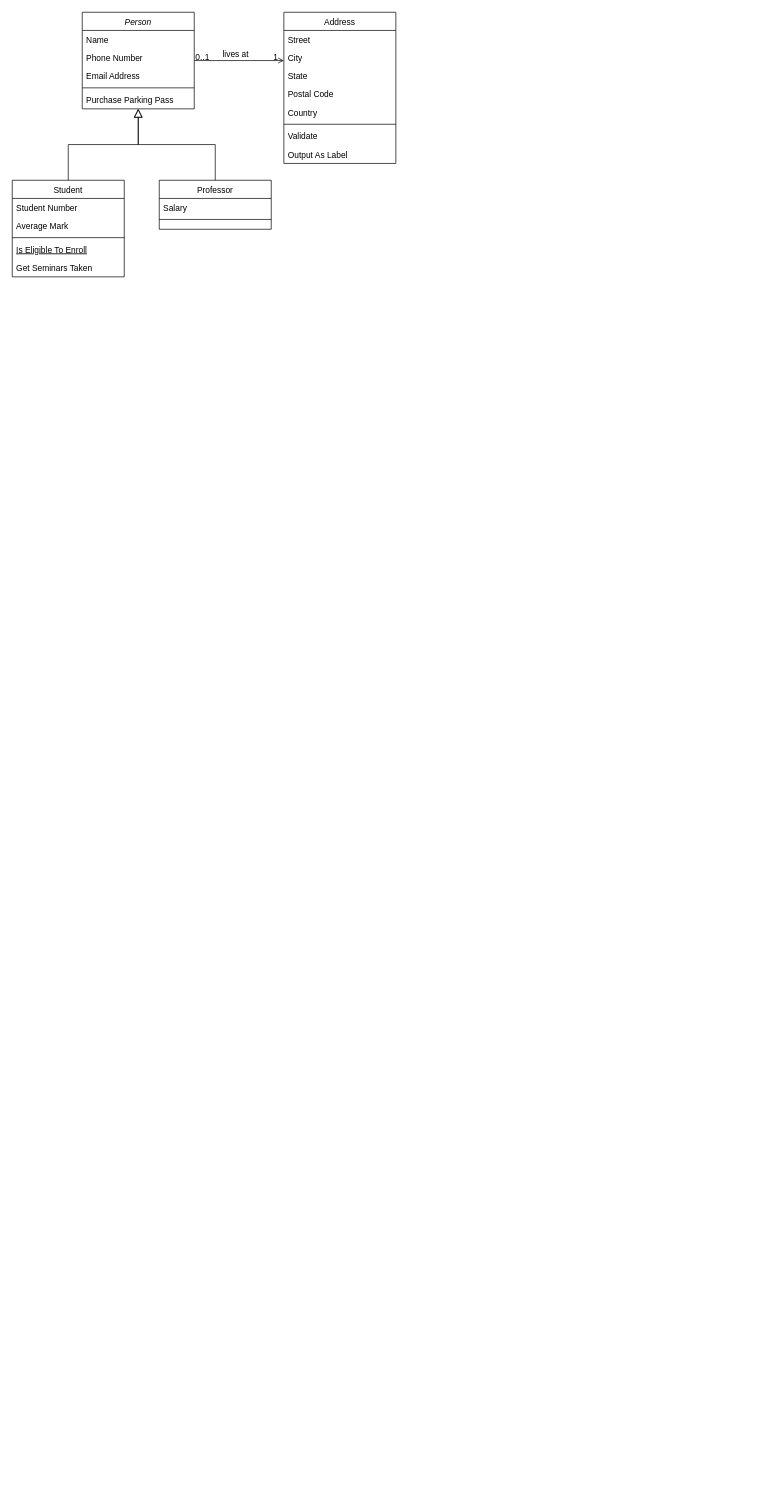
This is root/未命名绘图.drawio from cxq-haha/draw, a draw.io file, before an edit. Source tidied: cells renumbered, new cells numbered last; positions are measured from the earlier drawing's top-left corner, leaving out a move shared by most shapes. Both pictures are drawn from the tidied source at 70%, with x=0, y=0 at pixel (12, 12).
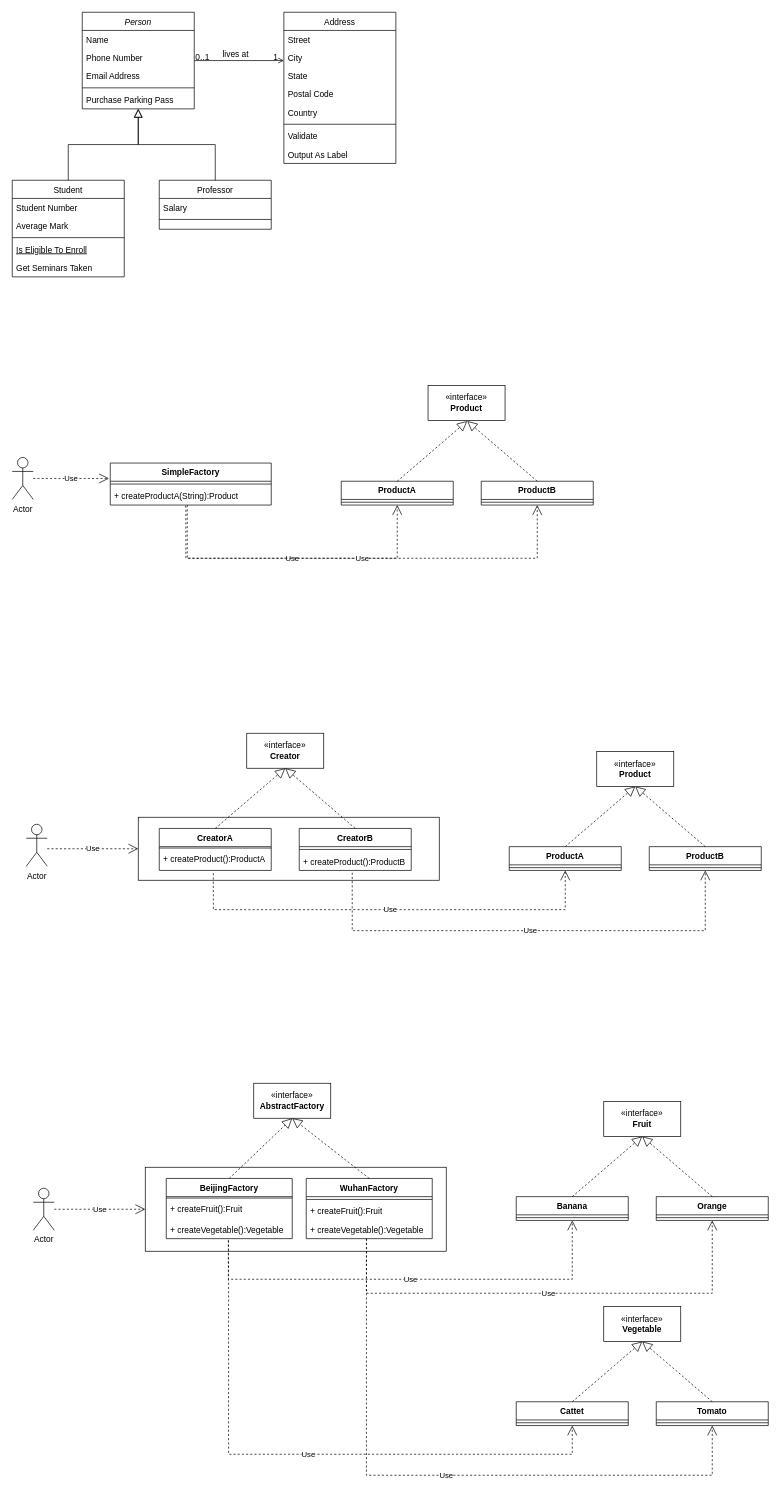
Above is the later version.

Commit message:
更新未命名绘图.drawio

The edit, as a diff of the source:
```diff
@@
+    <mxCell id="32" style="rounded=0;whiteSpace=wrap;html=1;" parent="1" vertex="1">
+      <mxGeometry x="180" y="1150" width="430" height="90" as="geometry" />
+    </mxCell>
@@
+    <mxCell id="33" value="SimpleFactory" style="swimlane;fontStyle=1;align=center;verticalAlign=top;horizontal=1;startSize=26;whiteSpace=wrap;html=1;" parent="1" vertex="1">
+      <mxGeometry x="140" y="644" width="230" height="60" as="geometry" />
+    </mxCell>
+    <mxCell id="34" style="line;strokeWidth=1;fillColor=none;align=left;verticalAlign=middle;spacingTop=-1;spacingLeft=3;spacingRight=3;labelPosition=right;strokeColor=inherit;" parent="33" vertex="1">
+      <mxGeometry y="26" width="230" height="8" as="geometry" />
+    </mxCell>
+    <mxCell id="35" value="+&amp;nbsp;createProductA(String):Product" style="text;strokeColor=none;fillColor=none;align=left;verticalAlign=top;spacingLeft=4;spacingRight=4;overflow=hidden;points=[[0,0.5],[1,0.5]];portConstraint=eastwest;whiteSpace=wrap;html=1;" parent="33" vertex="1">
+      <mxGeometry y="34" width="230" height="26" as="geometry" />
+    </mxCell>
+    <mxCell id="36" value="ProductA" style="swimlane;fontStyle=1;align=center;verticalAlign=top;horizontal=1;startSize=26;whiteSpace=wrap;html=1;" parent="1" vertex="1">
+      <mxGeometry x="470" y="670" width="160" height="34" as="geometry" />
+    </mxCell>
+    <mxCell id="37" style="line;strokeWidth=1;fillColor=none;align=left;verticalAlign=middle;spacingTop=-1;spacingLeft=3;spacingRight=3;labelPosition=right;strokeColor=inherit;" parent="36" vertex="1">
+      <mxGeometry y="26" width="160" height="8" as="geometry" />
+    </mxCell>
+    <mxCell id="38" value="ProductB" style="swimlane;fontStyle=1;align=center;verticalAlign=top;horizontal=1;startSize=26;whiteSpace=wrap;html=1;" parent="1" vertex="1">
+      <mxGeometry x="670" y="670" width="160" height="34" as="geometry" />
+    </mxCell>
+    <mxCell id="39" style="line;strokeWidth=1;fillColor=none;align=left;verticalAlign=middle;spacingTop=-1;spacingLeft=3;spacingRight=3;labelPosition=right;strokeColor=inherit;" parent="38" vertex="1">
+      <mxGeometry y="26" width="160" height="8" as="geometry" />
+    </mxCell>
+    <mxCell id="40" style="endArrow=block;dashed=1;endFill=0;endSize=12;html=1;rounded=0;exitX=0.5;exitY=0;exitDx=0;exitDy=0;entryX=0.5;entryY=1;entryDx=0;entryDy=0;" parent="1" edge="1" source="36">
+      <mxGeometry relative="1" as="geometry">
+        <mxPoint x="650" y="584" as="targetPoint" />
+      </mxGeometry>
+    </mxCell>
+    <mxCell id="41" style="endArrow=block;dashed=1;endFill=0;endSize=12;html=1;rounded=0;exitX=0.5;exitY=0;exitDx=0;exitDy=0;entryX=0.5;entryY=1;entryDx=0;entryDy=0;" parent="1" edge="1" source="38">
+      <mxGeometry relative="1" as="geometry">
+        <mxPoint x="650" y="584" as="targetPoint" />
+      </mxGeometry>
+    </mxCell>
+    <mxCell id="42" value="Use" style="endArrow=open;endSize=12;dashed=1;html=1;rounded=0;entryX=0.5;entryY=1;entryDx=0;entryDy=0;exitX=0.464;exitY=1.077;exitDx=0;exitDy=0;exitPerimeter=0;edgeStyle=orthogonalEdgeStyle;" parent="1" edge="1" source="35" target="36">
+      <mxGeometry relative="1" as="geometry">
+        <Array as="points">
+          <mxPoint x="248" y="706" />
+          <mxPoint x="248" y="780" />
+          <mxPoint x="550" y="780" />
+        </Array>
+      </mxGeometry>
+    </mxCell>
+    <mxCell id="43" value="Use" style="endArrow=open;endSize=12;dashed=1;html=1;rounded=0;entryX=0.5;entryY=1;entryDx=0;entryDy=0;edgeStyle=orthogonalEdgeStyle;" parent="1" edge="1" source="35" target="38">
+      <mxGeometry relative="1" as="geometry">
+        <Array as="points">
+          <mxPoint x="250" y="780" />
+          <mxPoint x="750" y="780" />
+        </Array>
+      </mxGeometry>
+    </mxCell>
+    <mxCell id="44" value="Actor" style="shape=umlActor;verticalLabelPosition=bottom;verticalAlign=top;html=1;" parent="1" vertex="1">
+      <mxGeometry y="636" width="30" height="60" as="geometry" />
+    </mxCell>
+    <mxCell id="45" value="Use" style="endArrow=open;endSize=12;dashed=1;html=1;rounded=0;entryX=-0.008;entryY=0.367;entryDx=0;entryDy=0;entryPerimeter=0;" parent="1" edge="1" source="44" target="33">
+      <mxGeometry relative="1" as="geometry" />
+    </mxCell>
+    <mxCell id="46" value="ProductA" style="swimlane;fontStyle=1;align=center;verticalAlign=top;horizontal=1;startSize=26;whiteSpace=wrap;html=1;" parent="1" vertex="1">
+      <mxGeometry x="710" y="1192" width="160" height="34" as="geometry" />
+    </mxCell>
+    <mxCell id="47" style="line;strokeWidth=1;fillColor=none;align=left;verticalAlign=middle;spacingTop=-1;spacingLeft=3;spacingRight=3;labelPosition=right;strokeColor=inherit;" parent="46" vertex="1">
+      <mxGeometry y="26" width="160" height="8" as="geometry" />
+    </mxCell>
+    <mxCell id="48" value="ProductB" style="swimlane;fontStyle=1;align=center;verticalAlign=top;horizontal=1;startSize=26;whiteSpace=wrap;html=1;" parent="1" vertex="1">
+      <mxGeometry x="910" y="1192" width="160" height="34" as="geometry" />
+    </mxCell>
+    <mxCell id="49" style="line;strokeWidth=1;fillColor=none;align=left;verticalAlign=middle;spacingTop=-1;spacingLeft=3;spacingRight=3;labelPosition=right;strokeColor=inherit;" parent="48" vertex="1">
+      <mxGeometry y="26" width="160" height="8" as="geometry" />
+    </mxCell>
+    <mxCell id="50" style="endArrow=block;dashed=1;endFill=0;endSize=12;html=1;rounded=0;exitX=0.5;exitY=0;exitDx=0;exitDy=0;entryX=0.5;entryY=1;entryDx=0;entryDy=0;" parent="1" edge="1" source="46">
+      <mxGeometry relative="1" as="geometry">
+        <mxPoint x="890" y="1106" as="targetPoint" />
+      </mxGeometry>
+    </mxCell>
+    <mxCell id="51" style="endArrow=block;dashed=1;endFill=0;endSize=12;html=1;rounded=0;exitX=0.5;exitY=0;exitDx=0;exitDy=0;entryX=0.5;entryY=1;entryDx=0;entryDy=0;" parent="1" edge="1" source="48">
+      <mxGeometry relative="1" as="geometry">
+        <mxPoint x="890" y="1106" as="targetPoint" />
+      </mxGeometry>
+    </mxCell>
+    <mxCell id="52" value="«interface»&lt;br&gt;&lt;b&gt;Product&lt;/b&gt;" style="html=1;whiteSpace=wrap;" parent="1" vertex="1">
+      <mxGeometry x="835" y="1056" width="110" height="50" as="geometry" />
+    </mxCell>
+    <mxCell id="53" value="«interface»&lt;br&gt;&lt;b&gt;Product&lt;/b&gt;" style="html=1;whiteSpace=wrap;" parent="1" vertex="1">
+      <mxGeometry x="594" y="533" width="110" height="50" as="geometry" />
+    </mxCell>
+    <mxCell id="54" value="«interface»&lt;br&gt;&lt;b&gt;Creator&lt;/b&gt;" style="html=1;whiteSpace=wrap;" parent="1" vertex="1">
+      <mxGeometry x="335" y="1030" width="110" height="50" as="geometry" />
+    </mxCell>
+    <mxCell id="55" value="CreatorA" style="swimlane;fontStyle=1;align=center;verticalAlign=top;horizontal=1;startSize=26;whiteSpace=wrap;html=1;" parent="1" vertex="1">
+      <mxGeometry x="210" y="1166" width="160" height="60" as="geometry" />
+    </mxCell>
+    <mxCell id="56" style="line;strokeWidth=1;fillColor=none;align=left;verticalAlign=middle;spacingTop=-1;spacingLeft=3;spacingRight=3;labelPosition=right;strokeColor=inherit;" parent="55" vertex="1">
+      <mxGeometry y="26" width="160" height="4" as="geometry" />
+    </mxCell>
+    <mxCell id="57" value="+&amp;nbsp;createProduct():ProductA" style="text;strokeColor=none;fillColor=none;align=left;verticalAlign=top;spacingLeft=4;spacingRight=4;overflow=hidden;points=[[0,0.5],[1,0.5]];portConstraint=eastwest;whiteSpace=wrap;html=1;" parent="55" vertex="1">
+      <mxGeometry y="30" width="160" height="30" as="geometry" />
+    </mxCell>
+    <mxCell id="58" value="CreatorB" style="swimlane;fontStyle=1;align=center;verticalAlign=top;horizontal=1;startSize=26;whiteSpace=wrap;html=1;" parent="1" vertex="1">
+      <mxGeometry x="410" y="1166" width="160" height="60" as="geometry" />
+    </mxCell>
+    <mxCell id="59" style="line;strokeWidth=1;fillColor=none;align=left;verticalAlign=middle;spacingTop=-1;spacingLeft=3;spacingRight=3;labelPosition=right;strokeColor=inherit;" parent="58" vertex="1">
+      <mxGeometry y="26" width="160" height="8" as="geometry" />
+    </mxCell>
+    <mxCell id="60" value="+&amp;nbsp;createProduct():ProductB" style="text;strokeColor=none;fillColor=none;align=left;verticalAlign=top;spacingLeft=4;spacingRight=4;overflow=hidden;points=[[0,0.5],[1,0.5]];portConstraint=eastwest;whiteSpace=wrap;html=1;" parent="58" vertex="1">
+      <mxGeometry y="34" width="160" height="26" as="geometry" />
+    </mxCell>
+    <mxCell id="61" style="endArrow=block;dashed=1;endFill=0;endSize=12;html=1;rounded=0;exitX=0.5;exitY=0;exitDx=0;exitDy=0;entryX=0.5;entryY=1;entryDx=0;entryDy=0;" parent="1" edge="1" source="55">
+      <mxGeometry relative="1" as="geometry">
+        <mxPoint x="390" y="1080" as="targetPoint" />
+      </mxGeometry>
+    </mxCell>
+    <mxCell id="62" style="endArrow=block;dashed=1;endFill=0;endSize=12;html=1;rounded=0;exitX=0.5;exitY=0;exitDx=0;exitDy=0;entryX=0.5;entryY=1;entryDx=0;entryDy=0;" parent="1" edge="1" source="58">
+      <mxGeometry relative="1" as="geometry">
+        <mxPoint x="390" y="1080" as="targetPoint" />
+      </mxGeometry>
+    </mxCell>
+    <mxCell id="63" value="Use" style="endArrow=open;endSize=12;dashed=1;html=1;rounded=0;edgeStyle=orthogonalEdgeStyle;exitX=0.483;exitY=1.133;exitDx=0;exitDy=0;exitPerimeter=0;entryX=0.5;entryY=1;entryDx=0;entryDy=0;" parent="1" edge="1" source="57" target="46">
+      <mxGeometry relative="1" as="geometry">
+        <Array as="points">
+          <mxPoint x="287" y="1282" />
+          <mxPoint x="790" y="1282" />
+        </Array>
+      </mxGeometry>
+    </mxCell>
+    <mxCell id="64" value="Use" style="endArrow=open;endSize=12;dashed=1;html=1;rounded=0;edgeStyle=orthogonalEdgeStyle;exitX=0.473;exitY=1.123;exitDx=0;exitDy=0;exitPerimeter=0;entryX=0.5;entryY=1;entryDx=0;entryDy=0;" parent="1" edge="1" source="60" target="48">
+      <mxGeometry relative="1" as="geometry">
+        <Array as="points">
+          <mxPoint x="486" y="1312" />
+          <mxPoint x="990" y="1312" />
+        </Array>
+      </mxGeometry>
+    </mxCell>
+    <mxCell id="65" value="Actor" style="shape=umlActor;verticalLabelPosition=bottom;verticalAlign=top;html=1;" parent="1" vertex="1">
+      <mxGeometry x="20" y="1160" width="30" height="60" as="geometry" />
+    </mxCell>
+    <mxCell id="66" value="Use" style="endArrow=open;endSize=12;dashed=1;html=1;rounded=0;entryX=0;entryY=0.5;entryDx=0;entryDy=0;" parent="1" edge="1" target="32">
+      <mxGeometry relative="1" as="geometry">
+        <mxPoint x="50" y="1195" as="sourcePoint" />
+      </mxGeometry>
+    </mxCell>
+    <mxCell id="67" style="rounded=0;whiteSpace=wrap;html=1;" parent="1" vertex="1">
+      <mxGeometry x="190" y="1650" width="430" height="120" as="geometry" />
+    </mxCell>
+    <mxCell id="68" value="Banana" style="swimlane;fontStyle=1;align=center;verticalAlign=top;horizontal=1;startSize=26;whiteSpace=wrap;html=1;" parent="1" vertex="1">
+      <mxGeometry x="720" y="1692" width="160" height="34" as="geometry" />
+    </mxCell>
+    <mxCell id="69" style="line;strokeWidth=1;fillColor=none;align=left;verticalAlign=middle;spacingTop=-1;spacingLeft=3;spacingRight=3;labelPosition=right;strokeColor=inherit;" parent="68" vertex="1">
+      <mxGeometry y="26" width="160" height="8" as="geometry" />
+    </mxCell>
+    <mxCell id="70" value="Orange" style="swimlane;fontStyle=1;align=center;verticalAlign=top;horizontal=1;startSize=26;whiteSpace=wrap;html=1;" parent="1" vertex="1">
+      <mxGeometry x="920" y="1692" width="160" height="34" as="geometry" />
+    </mxCell>
+    <mxCell id="71" style="line;strokeWidth=1;fillColor=none;align=left;verticalAlign=middle;spacingTop=-1;spacingLeft=3;spacingRight=3;labelPosition=right;strokeColor=inherit;" parent="70" vertex="1">
+      <mxGeometry y="26" width="160" height="8" as="geometry" />
+    </mxCell>
+    <mxCell id="72" style="endArrow=block;dashed=1;endFill=0;endSize=12;html=1;rounded=0;exitX=0.5;exitY=0;exitDx=0;exitDy=0;entryX=0.5;entryY=1;entryDx=0;entryDy=0;" parent="1" edge="1" source="68">
+      <mxGeometry relative="1" as="geometry">
+        <mxPoint x="900" y="1606" as="targetPoint" />
+      </mxGeometry>
+    </mxCell>
+    <mxCell id="73" style="endArrow=block;dashed=1;endFill=0;endSize=12;html=1;rounded=0;exitX=0.5;exitY=0;exitDx=0;exitDy=0;entryX=0.5;entryY=1;entryDx=0;entryDy=0;" parent="1" edge="1" source="70">
+      <mxGeometry relative="1" as="geometry">
+        <mxPoint x="900" y="1606" as="targetPoint" />
+      </mxGeometry>
+    </mxCell>
+    <mxCell id="74" value="«interface»&lt;br&gt;&lt;b&gt;Fruit&lt;/b&gt;" style="html=1;whiteSpace=wrap;" parent="1" vertex="1">
+      <mxGeometry x="845" y="1556" width="110" height="50" as="geometry" />
+    </mxCell>
+    <mxCell id="75" value="«interface»&lt;br&gt;&lt;b&gt;AbstractFactory&lt;/b&gt;" style="html=1;whiteSpace=wrap;" parent="1" vertex="1">
+      <mxGeometry x="345" y="1530" width="110" height="50" as="geometry" />
+    </mxCell>
+    <mxCell id="76" value="BeijingFactory" style="swimlane;fontStyle=1;align=center;verticalAlign=top;horizontal=1;startSize=26;whiteSpace=wrap;html=1;" parent="1" vertex="1">
+      <mxGeometry x="220" y="1666" width="180" height="86" as="geometry" />
+    </mxCell>
+    <mxCell id="77" style="line;strokeWidth=1;fillColor=none;align=left;verticalAlign=middle;spacingTop=-1;spacingLeft=3;spacingRight=3;labelPosition=right;strokeColor=inherit;" parent="76" vertex="1">
+      <mxGeometry y="26" width="180" height="4" as="geometry" />
+    </mxCell>
+    <mxCell id="78" value="+&amp;nbsp;createFruit():Fruit" style="text;strokeColor=none;fillColor=none;align=left;verticalAlign=top;spacingLeft=4;spacingRight=4;overflow=hidden;whiteSpace=wrap;html=1;" parent="76" vertex="1">
+      <mxGeometry y="30" width="180" height="30" as="geometry" />
+    </mxCell>
+    <mxCell id="79" value="+ createVegetable():Vegetable&amp;nbsp;" style="text;strokeColor=none;fillColor=none;align=left;verticalAlign=top;spacingLeft=4;spacingRight=4;overflow=hidden;points=[[0,0.5],[1,0.5]];portConstraint=eastwest;whiteSpace=wrap;html=1;" parent="76" vertex="1">
+      <mxGeometry y="60" width="180" height="26" as="geometry" />
+    </mxCell>
+    <mxCell id="80" value="WuhanFactory" style="swimlane;fontStyle=1;align=center;verticalAlign=top;horizontal=1;startSize=26;whiteSpace=wrap;html=1;" parent="1" vertex="1">
+      <mxGeometry x="420" y="1666" width="180" height="86" as="geometry" />
+    </mxCell>
+    <mxCell id="81" style="line;strokeWidth=1;fillColor=none;align=left;verticalAlign=middle;spacingTop=-1;spacingLeft=3;spacingRight=3;labelPosition=right;strokeColor=inherit;" parent="80" vertex="1">
+      <mxGeometry y="26" width="180" height="8" as="geometry" />
+    </mxCell>
+    <mxCell id="82" value="+&amp;nbsp;createFruit():Fruit" style="text;strokeColor=none;fillColor=none;align=left;verticalAlign=top;spacingLeft=4;spacingRight=4;overflow=hidden;whiteSpace=wrap;html=1;" parent="80" vertex="1">
+      <mxGeometry y="34" width="180" height="26" as="geometry" />
+    </mxCell>
+    <mxCell id="83" value="+ createVegetable():Vegetable&amp;nbsp;" style="text;strokeColor=none;fillColor=none;align=left;verticalAlign=top;spacingLeft=4;spacingRight=4;overflow=hidden;points=[[0,0.5],[1,0.5]];portConstraint=eastwest;whiteSpace=wrap;html=1;" parent="80" vertex="1">
+      <mxGeometry y="60" width="180" height="26" as="geometry" />
+    </mxCell>
+    <mxCell id="84" style="endArrow=block;dashed=1;endFill=0;endSize=12;html=1;rounded=0;exitX=0.5;exitY=0;exitDx=0;exitDy=0;entryX=0.5;entryY=1;entryDx=0;entryDy=0;" parent="1" edge="1" source="76">
+      <mxGeometry relative="1" as="geometry">
+        <mxPoint x="400" y="1580" as="targetPoint" />
+      </mxGeometry>
+    </mxCell>
+    <mxCell id="85" style="endArrow=block;dashed=1;endFill=0;endSize=12;html=1;rounded=0;exitX=0.5;exitY=0;exitDx=0;exitDy=0;entryX=0.5;entryY=1;entryDx=0;entryDy=0;" parent="1" edge="1" source="80">
+      <mxGeometry relative="1" as="geometry">
+        <mxPoint x="400" y="1580" as="targetPoint" />
+      </mxGeometry>
+    </mxCell>
+    <mxCell id="86" value="Actor" style="shape=umlActor;verticalLabelPosition=bottom;verticalAlign=top;html=1;" parent="1" vertex="1">
+      <mxGeometry x="30" y="1680" width="30" height="60" as="geometry" />
+    </mxCell>
+    <mxCell id="87" value="Use" style="endArrow=open;endSize=12;dashed=1;html=1;rounded=0;entryX=0;entryY=0.5;entryDx=0;entryDy=0;" parent="1" edge="1" source="86" target="67">
+      <mxGeometry relative="1" as="geometry" />
+    </mxCell>
+    <mxCell id="88" value="Cattet" style="swimlane;fontStyle=1;align=center;verticalAlign=top;horizontal=1;startSize=26;whiteSpace=wrap;html=1;" parent="1" vertex="1">
+      <mxGeometry x="720" y="1985" width="160" height="34" as="geometry" />
+    </mxCell>
+    <mxCell id="89" style="line;strokeWidth=1;fillColor=none;align=left;verticalAlign=middle;spacingTop=-1;spacingLeft=3;spacingRight=3;labelPosition=right;strokeColor=inherit;" parent="88" vertex="1">
+      <mxGeometry y="26" width="160" height="8" as="geometry" />
+    </mxCell>
+    <mxCell id="90" value="Tomato" style="swimlane;fontStyle=1;align=center;verticalAlign=top;horizontal=1;startSize=26;whiteSpace=wrap;html=1;" parent="1" vertex="1">
+      <mxGeometry x="920" y="1985" width="160" height="34" as="geometry" />
+    </mxCell>
+    <mxCell id="91" style="line;strokeWidth=1;fillColor=none;align=left;verticalAlign=middle;spacingTop=-1;spacingLeft=3;spacingRight=3;labelPosition=right;strokeColor=inherit;" parent="90" vertex="1">
+      <mxGeometry y="26" width="160" height="8" as="geometry" />
+    </mxCell>
+    <mxCell id="92" style="endArrow=block;dashed=1;endFill=0;endSize=12;html=1;rounded=0;exitX=0.5;exitY=0;exitDx=0;exitDy=0;entryX=0.5;entryY=1;entryDx=0;entryDy=0;" parent="1" edge="1" source="88">
+      <mxGeometry relative="1" as="geometry">
+        <mxPoint x="900" y="1899" as="targetPoint" />
+      </mxGeometry>
+    </mxCell>
+    <mxCell id="93" style="endArrow=block;dashed=1;endFill=0;endSize=12;html=1;rounded=0;exitX=0.5;exitY=0;exitDx=0;exitDy=0;entryX=0.5;entryY=1;entryDx=0;entryDy=0;" parent="1" edge="1" source="90">
+      <mxGeometry relative="1" as="geometry">
+        <mxPoint x="900" y="1899" as="targetPoint" />
+      </mxGeometry>
+    </mxCell>
+    <mxCell id="94" value="«interface»&lt;br&gt;&lt;b&gt;Vegetable&lt;/b&gt;" style="html=1;whiteSpace=wrap;" parent="1" vertex="1">
+      <mxGeometry x="845" y="1849" width="110" height="50" as="geometry" />
+    </mxCell>
+    <mxCell id="95" value="Use" style="endArrow=open;endSize=12;dashed=1;html=1;rounded=0;edgeStyle=orthogonalEdgeStyle;exitX=0.493;exitY=1.077;exitDx=0;exitDy=0;exitPerimeter=0;entryX=0.5;entryY=1;entryDx=0;entryDy=0;" parent="1" edge="1" source="79" target="68">
+      <mxGeometry relative="1" as="geometry">
+        <Array as="points">
+          <mxPoint x="309" y="1810" />
+          <mxPoint x="800" y="1810" />
+        </Array>
+      </mxGeometry>
+    </mxCell>
+    <mxCell id="96" value="Use" style="endArrow=open;endSize=12;dashed=1;html=1;rounded=0;edgeStyle=orthogonalEdgeStyle;exitX=0.478;exitY=1;exitDx=0;exitDy=0;exitPerimeter=0;entryX=0.5;entryY=1;entryDx=0;entryDy=0;" parent="1" edge="1" source="83" target="70">
+      <mxGeometry relative="1" as="geometry">
+        <Array as="points">
+          <mxPoint x="506" y="1830" />
+          <mxPoint x="1000" y="1830" />
+        </Array>
+      </mxGeometry>
+    </mxCell>
+    <mxCell id="97" value="Use" style="endArrow=open;endSize=12;dashed=1;html=1;rounded=0;edgeStyle=orthogonalEdgeStyle;exitX=0.478;exitY=1;exitDx=0;exitDy=0;exitPerimeter=0;entryX=0.5;entryY=1;entryDx=0;entryDy=0;" parent="1" edge="1" target="90">
+      <mxGeometry relative="1" as="geometry">
+        <mxPoint x="506" y="1752" as="sourcePoint" />
+        <Array as="points">
+          <mxPoint x="506" y="2090" />
+          <mxPoint x="1000" y="2090" />
+        </Array>
+      </mxGeometry>
+    </mxCell>
+    <mxCell id="98" value="Use" style="endArrow=open;endSize=12;dashed=1;html=1;rounded=0;edgeStyle=orthogonalEdgeStyle;exitX=0.493;exitY=1.077;exitDx=0;exitDy=0;exitPerimeter=0;entryX=0.5;entryY=1;entryDx=0;entryDy=0;" parent="1" edge="1" target="88">
+      <mxGeometry relative="1" as="geometry">
+        <mxPoint x="309" y="1755" as="sourcePoint" />
+        <Array as="points">
+          <mxPoint x="309" y="2060" />
+          <mxPoint x="800" y="2060" />
+        </Array>
+      </mxGeometry>
+    </mxCell>
```
